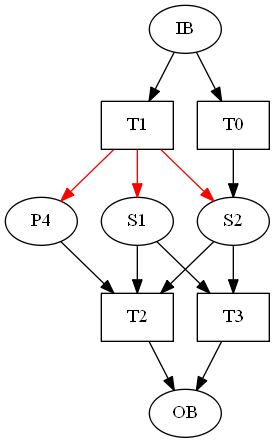
sofienelassoued/JSSP-Petri-net- keeps this Graphviz diagram as petirnet-model-based-rl-on-jssp/output.gv.png. Above is the earlier version. Its source is kept beside it as petirnet-model-based-rl-on-jssp/output.gv.
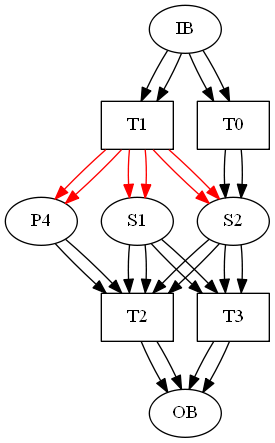
After the change.

Diff of the diagram source:
```diff
@@ -1,4 +1,9 @@
 digraph output {
+	IB [color=black]
+	OB [color=black]
+	P4 [color=black]
+	S1 [color=black]
+	S2 [color=black]
 	IB [color=black]
 	OB [color=black]
 	P4 [color=black]
@@ -21,4 +26,17 @@
 	T1 -> S2 [color=red]
 	S2 -> T2
 	S2 -> T3
+	IB -> T0
+	IB -> T1
+	T2 -> OB [color=black]
+	T3 -> OB [color=black]
+	T1 -> P4 [color=red]
+	P4 -> T2
+	T1 -> S1 [color=red]
+	S1 -> T2
+	S1 -> T3
+	T0 -> S2 [color=black]
+	T1 -> S2 [color=red]
+	S2 -> T2
+	S2 -> T3
 }
```
